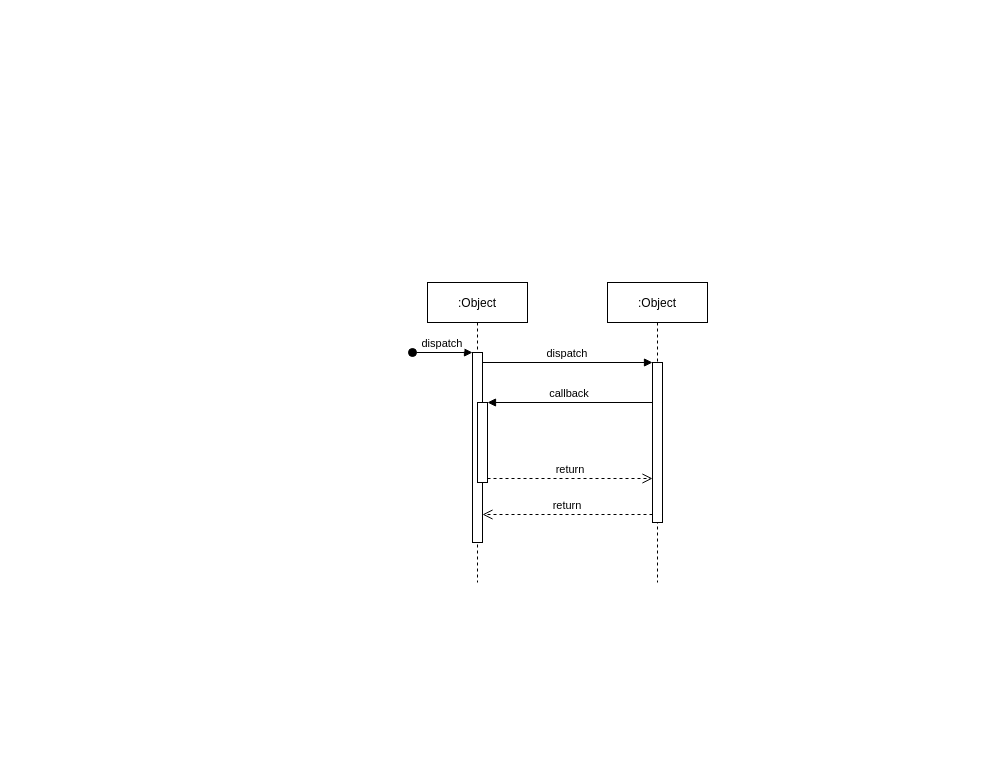
The draw.io diagram Untitled Diagram.drawio in quanhieu/git-test-draw, before the edit. Source tidied: cells renumbered, new cells numbered last; positions are measured from the earlier drawing's top-left corner, leaving out a move shared by most shapes. Both pictures are drawn from the tidied source at 100%, with x=0, y=0 at pixel (412, 282).
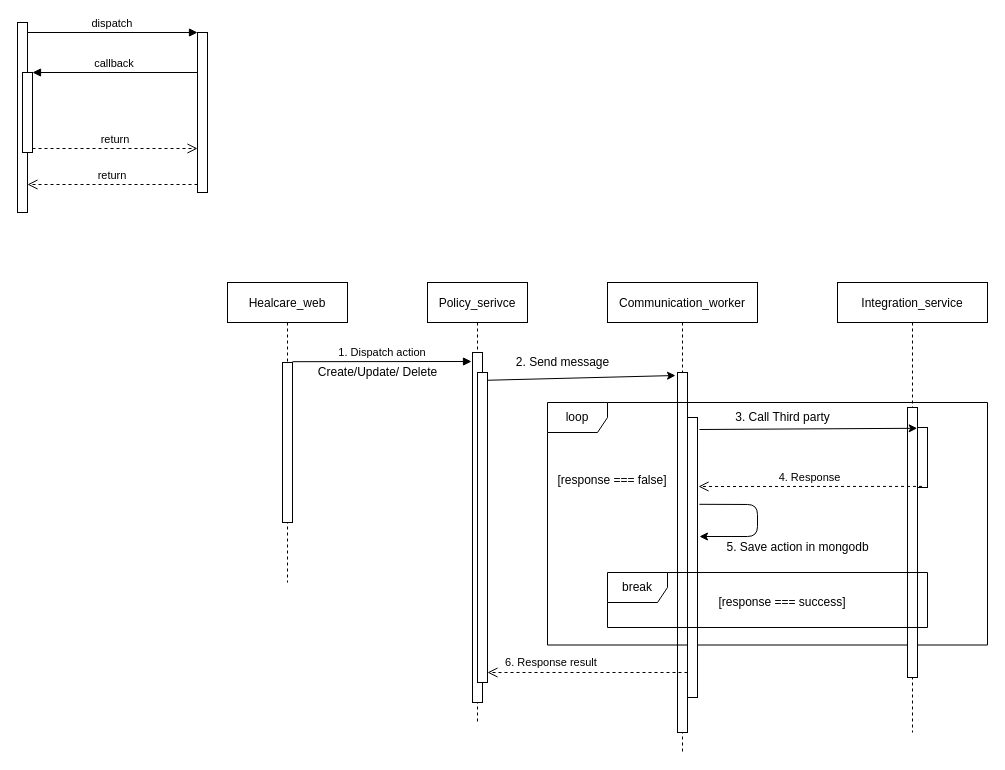
After the change.

Diff of the diagram source:
```diff
@@
-    <mxCell id="2" value=":Object" style="shape=umlLifeline;perimeter=lifelinePerimeter;rounded=0;shadow=0;strokeWidth=1;" parent="1" vertex="1">
-      <mxGeometry x="15" width="100" height="300" as="geometry" />
+    <mxCell id="2" value="Policy_serivce" style="shape=umlLifeline;perimeter=lifelinePerimeter;rounded=0;shadow=0;strokeWidth=1;" parent="1" vertex="1">
+      <mxGeometry x="15" width="100" height="440" as="geometry" />
     </mxCell>
     <mxCell id="3" style="points=[];perimeter=orthogonalPerimeter;rounded=0;shadow=0;strokeWidth=1;" parent="2" vertex="1">
-      <mxGeometry x="45" y="70" width="10" height="190" as="geometry" />
+      <mxGeometry x="45" y="70" width="10" height="350" as="geometry" />
     </mxCell>
-    <mxCell id="4" value="dispatch" style="verticalAlign=bottom;startArrow=oval;endArrow=block;startSize=8;shadow=0;strokeWidth=1;" parent="2" edge="1" target="3">
-      <mxGeometry relative="1" as="geometry">
-        <mxPoint x="-15" y="70" as="sourcePoint" />
-      </mxGeometry>
-    </mxCell>
-    <mxCell id="5" style="points=[];perimeter=orthogonalPerimeter;rounded=0;shadow=0;strokeWidth=1;" parent="2" vertex="1">
-      <mxGeometry x="50" y="120" width="10" height="80" as="geometry" />
-    </mxCell>
-    <mxCell id="6" value=":Object" style="shape=umlLifeline;perimeter=lifelinePerimeter;rounded=0;shadow=0;strokeWidth=1;" parent="1" vertex="1">
-      <mxGeometry x="195" width="100" height="300" as="geometry" />
+    <mxCell id="6" value="Communication_worker" style="shape=umlLifeline;perimeter=lifelinePerimeter;rounded=0;shadow=0;strokeWidth=1;" parent="1" vertex="1">
+      <mxGeometry x="195" width="150" height="470" as="geometry" />
     </mxCell>
     <mxCell id="7" style="points=[];perimeter=orthogonalPerimeter;rounded=0;shadow=0;strokeWidth=1;" parent="6" vertex="1">
-      <mxGeometry x="45" y="80" width="10" height="160" as="geometry" />
+      <mxGeometry x="70" y="90" width="10" height="360" as="geometry" />
     </mxCell>
+    <mxCell id="12" style="points=[];perimeter=orthogonalPerimeter;rounded=0;shadow=0;strokeWidth=1;" parent="1" vertex="1">
+      <mxGeometry x="-395" y="-260" width="10" height="190" as="geometry" />
+    </mxCell>
+    <mxCell id="13" style="points=[];perimeter=orthogonalPerimeter;rounded=0;shadow=0;strokeWidth=1;" parent="1" vertex="1">
+      <mxGeometry x="-390" y="-210" width="10" height="80" as="geometry" />
+    </mxCell>
+    <mxCell id="14" style="points=[];perimeter=orthogonalPerimeter;rounded=0;shadow=0;strokeWidth=1;" parent="1" vertex="1">
+      <mxGeometry x="-215" y="-250" width="10" height="160" as="geometry" />
+    </mxCell>
-    <mxCell id="8" value="return" style="verticalAlign=bottom;endArrow=open;dashed=1;endSize=8;exitX=0;exitY=0.95;shadow=0;strokeWidth=1;" parent="1" edge="1" source="7" target="3">
+    <mxCell id="8" value="return" style="verticalAlign=bottom;endArrow=open;dashed=1;endSize=8;exitX=0;exitY=0.95;shadow=0;strokeWidth=1;" parent="1" edge="1" source="14" target="12">
       <mxGeometry relative="1" as="geometry" />
     </mxCell>
-    <mxCell id="9" value="dispatch" style="verticalAlign=bottom;endArrow=block;entryX=0;entryY=0;shadow=0;strokeWidth=1;" parent="1" edge="1" source="3" target="7">
+    <mxCell id="9" value="dispatch" style="verticalAlign=bottom;endArrow=block;entryX=0;entryY=0;shadow=0;strokeWidth=1;" parent="1" edge="1" source="12" target="14">
       <mxGeometry relative="1" as="geometry" />
     </mxCell>
-    <mxCell id="10" value="callback" style="verticalAlign=bottom;endArrow=block;entryX=1;entryY=0;shadow=0;strokeWidth=1;" parent="1" edge="1" source="7" target="5">
+    <mxCell id="10" value="callback" style="verticalAlign=bottom;endArrow=block;entryX=1;entryY=0;shadow=0;strokeWidth=1;" parent="1" edge="1" source="14" target="13">
       <mxGeometry relative="1" as="geometry" />
     </mxCell>
-    <mxCell id="11" value="return" style="verticalAlign=bottom;endArrow=open;dashed=1;endSize=8;exitX=1;exitY=0.95;shadow=0;strokeWidth=1;" parent="1" edge="1" source="5" target="7">
+    <mxCell id="11" value="return" style="verticalAlign=bottom;endArrow=open;dashed=1;endSize=8;exitX=1;exitY=0.95;shadow=0;strokeWidth=1;" parent="1" edge="1" source="13" target="14">
       <mxGeometry relative="1" as="geometry" />
     </mxCell>
+    <mxCell id="15" value="Healcare_web" style="shape=umlLifeline;perimeter=lifelinePerimeter;rounded=0;shadow=0;strokeWidth=1;" parent="1" vertex="1">
+      <mxGeometry x="-185" width="120" height="300" as="geometry" />
+    </mxCell>
+    <mxCell id="16" style="points=[];perimeter=orthogonalPerimeter;rounded=0;shadow=0;strokeWidth=1;" parent="15" vertex="1">
+      <mxGeometry x="55" y="80" width="10" height="160" as="geometry" />
+    </mxCell>
+    <mxCell id="17" value="1. Dispatch action" style="verticalAlign=bottom;endArrow=block;shadow=0;strokeWidth=1;exitX=1;exitY=-0.005;exitDx=0;exitDy=0;exitPerimeter=0;" parent="1" edge="1" source="16">
+      <mxGeometry relative="1" as="geometry">
+        <mxPoint x="59" y="79" as="targetPoint" />
+      </mxGeometry>
+    </mxCell>
+    <mxCell id="18" value="Create/Update/ Delete" style="text;html=1;align=center;verticalAlign=middle;strokeColor=none;" parent="1" vertex="1">
+      <mxGeometry x="-100" y="80" width="130" height="20" as="geometry" />
+    </mxCell>
+    <mxCell id="19" style="points=[];perimeter=orthogonalPerimeter;rounded=0;shadow=0;strokeWidth=1;" parent="1" vertex="1">
+      <mxGeometry x="65" y="90" width="10" height="310" as="geometry" />
+    </mxCell>
+    <mxCell id="20" style="endArrow=classic;html=1;exitX=1.014;exitY=0.025;exitDx=0;exitDy=0;exitPerimeter=0;" parent="1" edge="1" source="19">
+      <mxGeometry relative="1" as="geometry">
+        <mxPoint x="263" y="93" as="targetPoint" />
+      </mxGeometry>
+    </mxCell>
+    <mxCell id="21" value="2. Send message" style="text;html=1;align=center;verticalAlign=middle;strokeColor=none;" parent="1" vertex="1">
+      <mxGeometry x="95" y="70" width="110" height="20" as="geometry" />
+    </mxCell>
+    <mxCell id="22" value="loop" style="shape=umlFrame;whiteSpace=wrap;html=1;" parent="1" vertex="1">
+      <mxGeometry x="135" y="120" width="440" height="242.5" as="geometry" />
+    </mxCell>
+    <mxCell id="23" style="verticalAlign=bottom;endArrow=open;dashed=1;endSize=8;shadow=0;strokeWidth=1;" parent="1" edge="1" source="26">
+      <mxGeometry relative="1" as="geometry">
+        <mxPoint x="75" y="390" as="targetPoint" />
+      </mxGeometry>
+    </mxCell>
+    <mxCell id="24" value="Integration_service" style="shape=umlLifeline;perimeter=lifelinePerimeter;rounded=0;shadow=0;strokeWidth=1;" parent="1" vertex="1">
+      <mxGeometry x="425" width="150" height="450" as="geometry" />
+    </mxCell>
+    <mxCell id="25" style="perimeter=orthogonalPerimeter;rounded=0;shadow=0;strokeWidth=1;" parent="24" vertex="1">
+      <mxGeometry x="70" y="125" width="10" height="270" as="geometry" />
+    </mxCell>
+    <mxCell id="26" style="points=[];perimeter=orthogonalPerimeter;rounded=0;shadow=0;strokeWidth=1;" parent="1" vertex="1">
+      <mxGeometry x="275" y="135" width="10" height="280" as="geometry" />
+    </mxCell>
+    <mxCell id="27" style="endArrow=classic;html=1;entryX=-0.031;entryY=0.013;entryDx=0;entryDy=0;entryPerimeter=0;" parent="1" edge="1" target="28">
+      <mxGeometry relative="1" as="geometry">
+        <mxPoint x="287" y="147" as="sourcePoint" />
+      </mxGeometry>
+    </mxCell>
+    <mxCell id="28" style="points=[];perimeter=orthogonalPerimeter;rounded=0;shadow=0;strokeWidth=1;" parent="1" vertex="1">
+      <mxGeometry x="505" y="145" width="10" height="60" as="geometry" />
+    </mxCell>
+    <mxCell id="29" value="3. Call Third party" style="text;html=1;align=center;verticalAlign=middle;strokeColor=none;" parent="1" vertex="1">
+      <mxGeometry x="315" y="125" width="110" height="20" as="geometry" />
+    </mxCell>
+    <mxCell id="30" value="4. Response" style="verticalAlign=bottom;endArrow=open;dashed=1;endSize=8;shadow=0;strokeWidth=1;exitX=0.452;exitY=0.982;exitDx=0;exitDy=0;exitPerimeter=0;" parent="1" edge="1" source="28">
+      <mxGeometry relative="1" as="geometry">
+        <mxPoint x="286" y="204" as="targetPoint" />
+      </mxGeometry>
+    </mxCell>
+    <mxCell id="31" style="endArrow=classic;html=1;exitX=1.186;exitY=0.31;exitDx=0;exitDy=0;exitPerimeter=0;" parent="1" edge="1" source="26">
+      <mxGeometry relative="1" as="geometry">
+        <mxPoint x="287" y="254" as="targetPoint" />
+        <Array as="points">
+          <mxPoint x="345" y="222" />
+          <mxPoint x="345" y="254" />
+        </Array>
+      </mxGeometry>
+    </mxCell>
+    <mxCell id="32" value="5. Save action in mongodb" style="text;html=1;align=center;verticalAlign=middle;strokeColor=none;" parent="1" vertex="1">
+      <mxGeometry x="305" y="255" width="160" height="20" as="geometry" />
+    </mxCell>
+    <mxCell id="33" value="&lt;span style=&quot;font-size: 11px ; background-color: rgb(255 , 255 , 255)&quot;&gt;6. Response result&amp;nbsp;&lt;/span&gt;" style="text;html=1;align=center;verticalAlign=middle;strokeColor=none;" parent="1" vertex="1">
+      <mxGeometry x="85" y="370" width="110" height="20" as="geometry" />
+    </mxCell>
+    <mxCell id="34" value="break" style="shape=umlFrame;whiteSpace=wrap;html=1;" parent="1" vertex="1">
+      <mxGeometry x="195" y="290" width="320" height="55" as="geometry" />
+    </mxCell>
+    <mxCell id="35" value="[response === false]" style="text;html=1;strokeColor=none;fillColor=none;align=center;verticalAlign=middle;whiteSpace=wrap;rounded=0;" parent="1" vertex="1">
+      <mxGeometry x="125" y="187.5" width="150" height="20" as="geometry" />
+    </mxCell>
+    <mxCell id="36" value="[response === success]" style="text;html=1;strokeColor=none;fillColor=none;align=center;verticalAlign=middle;whiteSpace=wrap;rounded=0;" parent="1" vertex="1">
+      <mxGeometry x="300" y="310" width="140" height="20" as="geometry" />
+    </mxCell>
```
